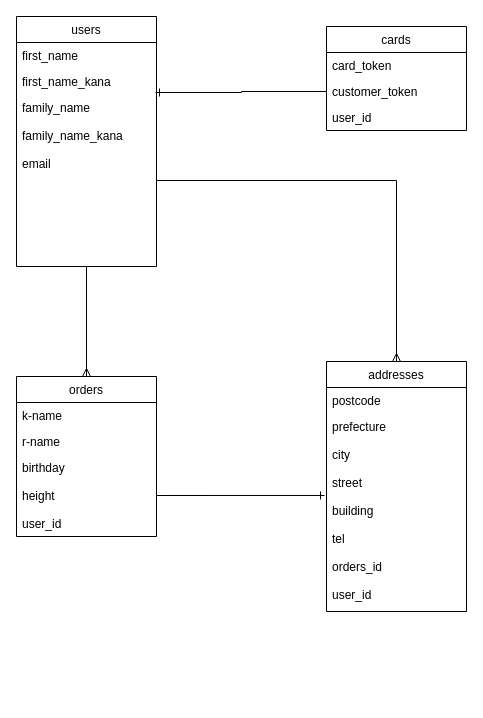
nishikori0120/for_your_special keeps this draw.io diagram as test.dio. Above is the earlier version. Source tidied: cells renumbered, new cells numbered last; positions are measured from the earlier drawing's top-left corner, leaving out a move shared by most shapes. Both pictures are drawn from the tidied source at 100%, with x=0, y=0 at pixel (16, 16).
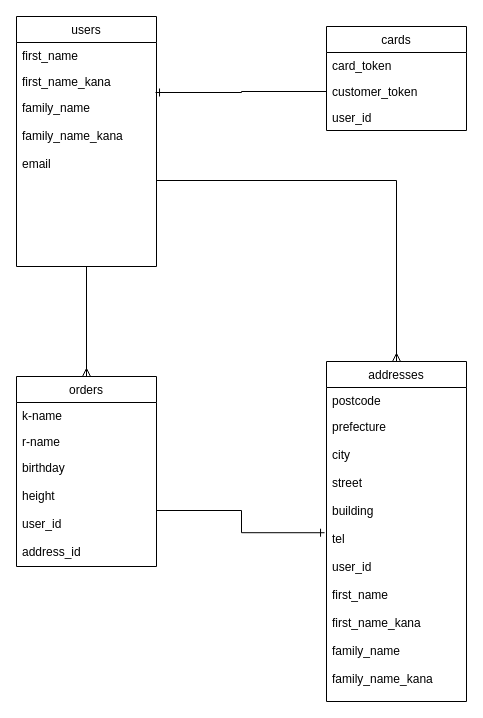
The same page after the edit.

Change to the diagram source:
```diff
@@
     <mxCell id="7" value="orders" style="swimlane;fontStyle=0;horizontal=1;startSize=26;fillColor=none;" parent="1" vertex="1">
-      <mxGeometry y="360" width="140" height="160" as="geometry" />
+      <mxGeometry y="360" width="140" height="190" as="geometry" />
     </mxCell>
@@
-    <mxCell id="10" value="birthday&#10;&#10;height&#10;&#10;user_id" style="text;strokeColor=none;fillColor=none;align=left;verticalAlign=top;spacingLeft=4;spacingRight=4;overflow=hidden;points=[[0,0.5],[1,0.5]];portConstraint=eastwest;" parent="7" vertex="1">
-      <mxGeometry y="78" width="140" height="82" as="geometry" />
+    <mxCell id="10" value="birthday&#10;&#10;height&#10;&#10;user_id&#10;&#10;address_id" style="text;strokeColor=none;fillColor=none;align=left;verticalAlign=top;spacingLeft=4;spacingRight=4;overflow=hidden;points=[[0,0.5],[1,0.5]];portConstraint=eastwest;" parent="7" vertex="1">
+      <mxGeometry y="78" width="140" height="112" as="geometry" />
     </mxCell>
@@
     <mxCell id="15" value="addresses" style="swimlane;fontStyle=0;horizontal=1;startSize=26;fillColor=none;" parent="1" vertex="1">
-      <mxGeometry x="310" y="345" width="140" height="250" as="geometry" />
+      <mxGeometry x="310" y="345" width="140" height="340" as="geometry" />
     </mxCell>
@@
-    <mxCell id="17" value="prefecture&#10;&#10;city&#10;&#10;street&#10;&#10;building&#10;&#10;tel&#10;&#10;orders_id&#10;&#10;user_id&#10;" style="text;strokeColor=none;fillColor=none;align=left;verticalAlign=top;spacingLeft=4;spacingRight=4;overflow=hidden;points=[[0,0.5],[1,0.5]];portConstraint=eastwest;" parent="15" vertex="1">
-      <mxGeometry y="52" width="140" height="198" as="geometry" />
+    <mxCell id="17" value="prefecture&#10;&#10;city&#10;&#10;street&#10;&#10;building&#10;&#10;tel&#10;&#10;user_id&#10;&#10;first_name&#10;&#10;first_name_kana&#10;&#10;family_name&#10;&#10;family_name_kana" style="text;strokeColor=none;fillColor=none;align=left;verticalAlign=top;spacingLeft=4;spacingRight=4;overflow=hidden;points=[[0,0.5],[1,0.5]];portConstraint=eastwest;" parent="15" vertex="1">
+      <mxGeometry y="52" width="140" height="288" as="geometry" />
     </mxCell>
```
